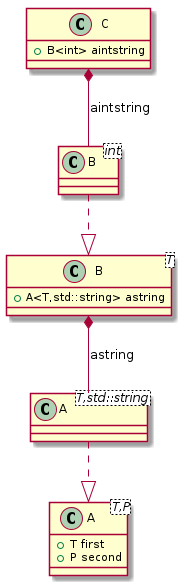
This is docs/test_cases/t00010_class.png from bkryza/clang-uml, a PlantUML export, as it was before one commit.
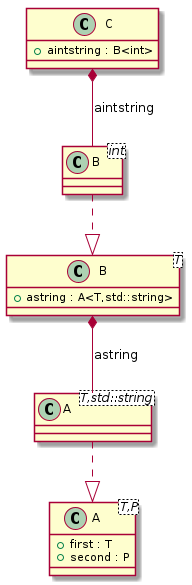
After the change.

The edit, as a diff of the source:
```diff
@@ -10,8 +10,8 @@
 class "C" as C_0000000115
 
 class C_0000000109 {
-+T first
-+P second
++first : T
++second : P
 }
 
 class C_0000000112 {
@@ -19,7 +19,7 @@
 C_0000000112 ..|> C_0000000109
 
 class C_0000000111 {
-+A<T,std::string> astring
++astring : A<T,std::string>
 }
 C_0000000111 *-- C_0000000112 : astring
 
@@ -28,7 +28,7 @@
 C_0000000116 ..|> C_0000000111
 
 class C_0000000115 {
-+B<int> aintstring
++aintstring : B<int>
 }
 C_0000000115 *-- C_0000000116 : aintstring
 
```
